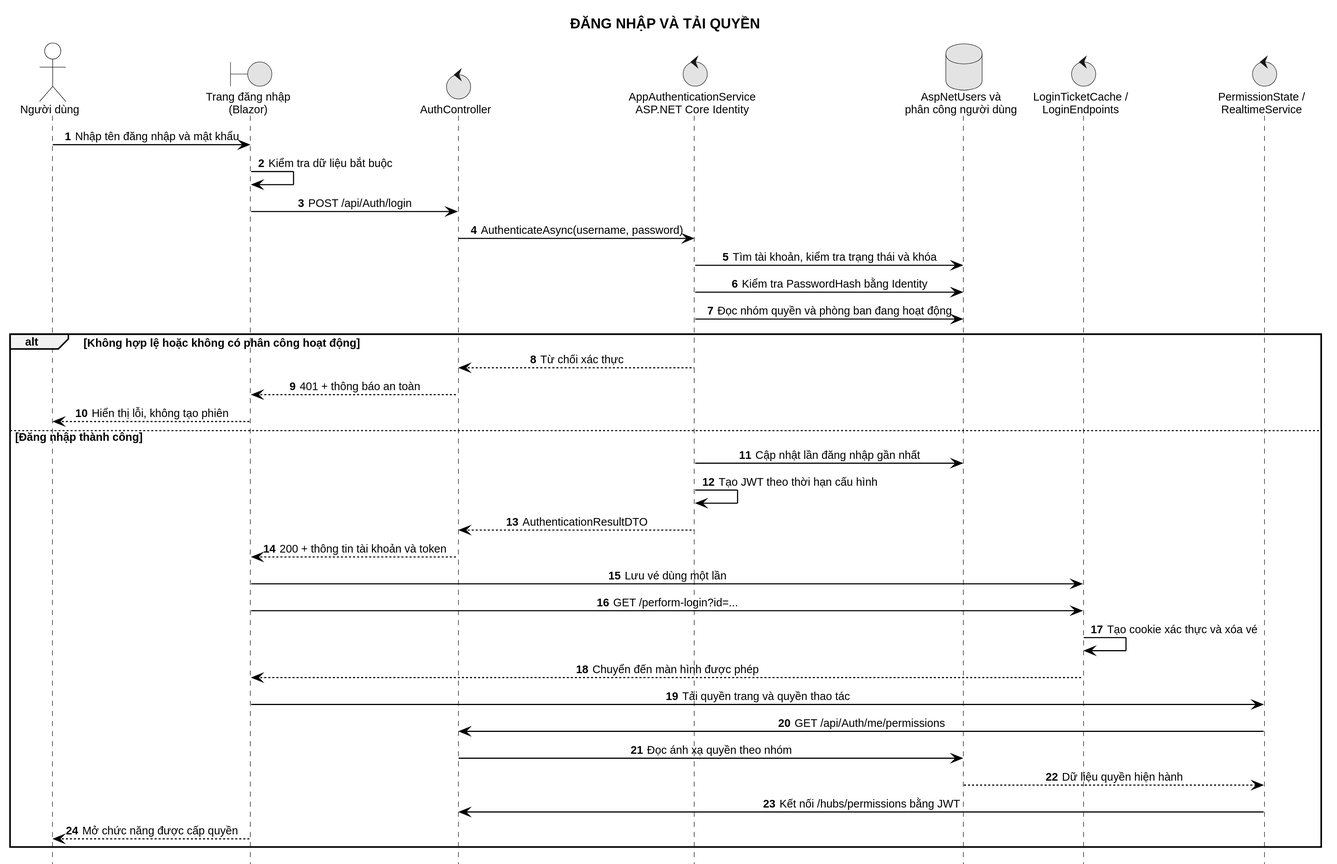
Miikey24s/gtas_vpp keeps this PlantUML diagram as LVTN/diagrams/ch03/sequence-login-permissions.svg. Above is the earlier version.
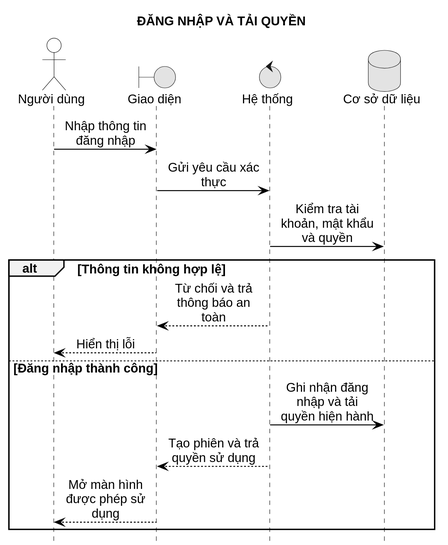
After the change.

Change to the diagram source:
```diff
@@ -3,39 +3,20 @@
 title ĐĂNG NHẬP VÀ TẢI QUYỀN
 
 actor "Người dùng" as User
-boundary "Trang đăng nhập\n(Blazor)" as FE
-control "AuthController" as API
-control "AppAuthenticationService\nASP.NET Core Identity" as Auth
-database "AspNetUsers và\nphân công người dùng" as DB
-control "LoginTicketCache /\nLoginEndpoints" as Session
-control "PermissionState /\nRealtimeService" as Perm
+boundary "Giao diện" as UI
+control "Hệ thống" as System
+database "Cơ sở dữ liệu" as DB
 
-User -> FE : Nhập tên đăng nhập và mật khẩu
-FE -> FE : Kiểm tra dữ liệu bắt buộc
-FE -> API : POST /api/Auth/login
-API -> Auth : AuthenticateAsync(username, password)
-Auth -> DB : Tìm tài khoản, kiểm tra trạng thái và khóa
-Auth -> DB : Kiểm tra PasswordHash bằng Identity
-Auth -> DB : Đọc nhóm quyền và phòng ban đang hoạt động
+User -> UI : Nhập thông tin đăng nhập
+UI -> System : Gửi yêu cầu xác thực
+System -> DB : Kiểm tra tài khoản, mật khẩu và quyền
 
-alt Không hợp lệ hoặc không có phân công hoạt động
-  Auth --> API : Từ chối xác thực
-  API --> FE : 401 + thông báo an toàn
-  FE --> User : Hiển thị lỗi, không tạo phiên
+alt Thông tin không hợp lệ
+  System --> UI : Từ chối và trả thông báo an toàn
+  UI --> User : Hiển thị lỗi
 else Đăng nhập thành công
-  Auth -> DB : Cập nhật lần đăng nhập gần nhất
-  Auth -> Auth : Tạo JWT theo thời hạn cấu hình
-  Auth --> API : AuthenticationResultDTO
-  API --> FE : 200 + thông tin tài khoản và token
-  FE -> Session : Lưu vé dùng một lần
-  FE -> Session : GET /perform-login?id=...
-  Session -> Session : Tạo cookie xác thực và xóa vé
-  Session --> FE : Chuyển đến màn hình được phép
-  FE -> Perm : Tải quyền trang và quyền thao tác
-  Perm -> API : GET /api/Auth/me/permissions
-  API -> DB : Đọc ánh xạ quyền theo nhóm
-  DB --> Perm : Dữ liệu quyền hiện hành
-  Perm -> API : Kết nối /hubs/permissions bằng JWT
-  FE --> User : Mở chức năng được cấp quyền
+  System -> DB : Ghi nhận đăng nhập và tải quyền hiện hành
+  System --> UI : Tạo phiên và trả quyền sử dụng
+  UI --> User : Mở màn hình được phép sử dụng
 end
 @enduml
```
